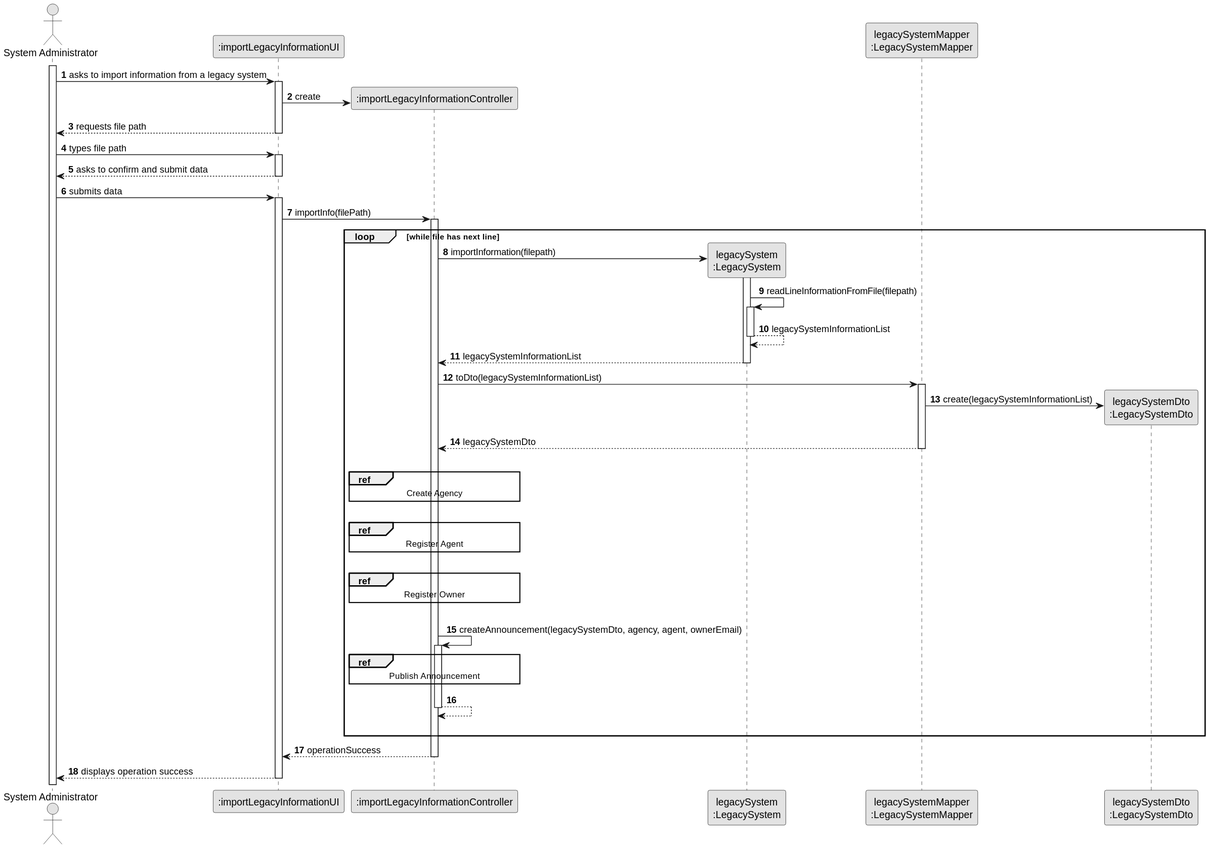
rita-barbosa/LAPR2-2223 keeps this PlantUML diagram as docs/sprintC/us012/03.design/svg/us012-sequence-diagram-split.svg. Above is the earlier version.
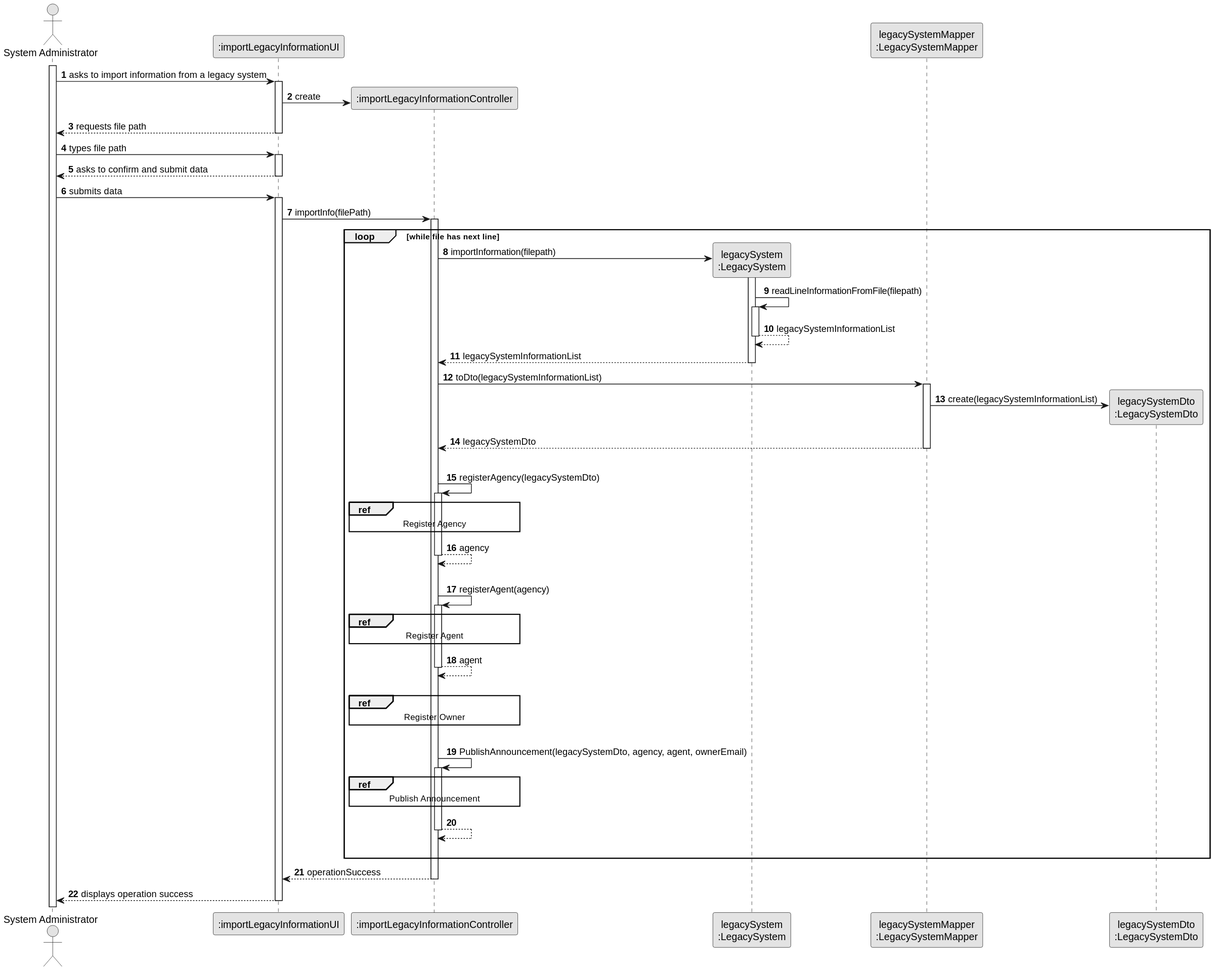
Above is the later version.

Commit message:
Add sequence diagram [US012][Design][#05 Task]

Diff of the diagram source:
```diff
@@ -58,19 +58,28 @@
       deactivate LSMapper
 
     |||
+    CTRL -> CTRL : registerAgency(legacySystemDto)
+    activate CTRL
     ref over CTRL
-    Create Agency
+        Register Agency
     end ref
+    CTRL --> CTRL : agency
+    deactivate CTRL
     |||
+
+    CTRL -> CTRL : registerAgent(agency)
+    activate CTRL
     ref over CTRL
         Register Agent
     end ref
+    CTRL --> CTRL : agent
+    deactivate CTRL
     |||
     ref over CTRL
         Register Owner
     end ref
 |||
-    CTRL -> CTRL : createAnnouncement(legacySystemDto, agency, agent, ownerEmail)
+    CTRL -> CTRL : PublishAnnouncement(legacySystemDto, agency, agent, ownerEmail)
     activate CTRL
     ref over CTRL
         Publish Announcement
```
